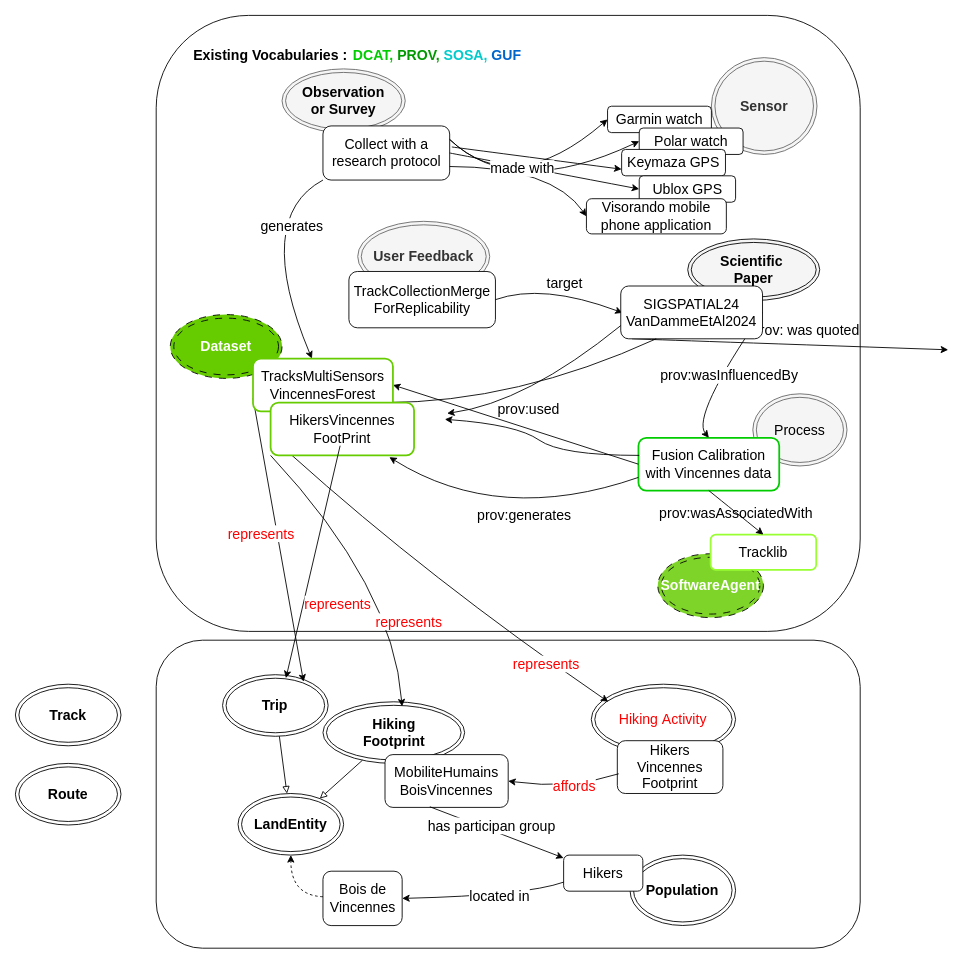
Earlier version of the draw.io diagram page "Schéma 2 article" (3 of 3) of docs/diagrams/model_KG.drawio (IntForOut/outdoorPressure). Source tidied: cells renumbered, new cells numbered last; positions are measured from the earlier drawing's top-left corner, leaving out a move shared by most shapes. Both pictures are drawn from the tidied source at 88%, with x=0, y=0 at pixel (15, 15).
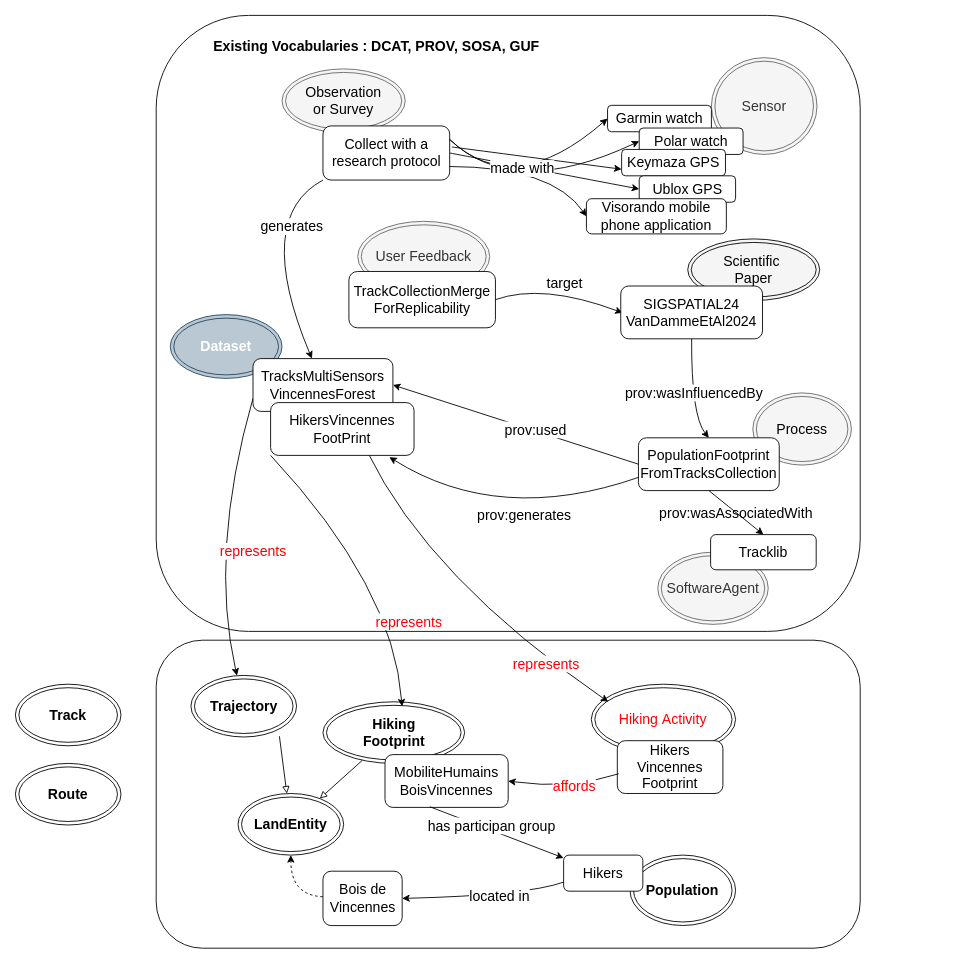
The same diagram, later.

Commit message (it also covers changes not shown here):
Mettre à jour model_KG.drawio

Unchanged cells that the change refers to:
```xml
<mxCell id="14" value="&lt;div&gt;&lt;font style=&quot;color: rgb(255, 0, 0);&quot;&gt;Hiking&amp;nbsp;&lt;/font&gt;&lt;font style=&quot;color: rgb(255, 0, 0);&quot;&gt;Activity&lt;/font&gt;&lt;/div&gt;" style="ellipse;shape=doubleEllipse;whiteSpace=wrap;html=1;fontSize=16;" parent="1" vertex="1">
  <mxGeometry x="654.4" y="760" width="164" height="80" as="geometry" />
</mxCell>
<mxCell id="15" value="&lt;b&gt;LandEntity&lt;/b&gt;" style="ellipse;shape=doubleEllipse;whiteSpace=wrap;html=1;fontSize=16;" parent="1" vertex="1">
  <mxGeometry x="253" y="884.2" width="120" height="70" as="geometry" />
</mxCell>
<mxCell id="36" value="&lt;div&gt;SIGSPATIAL24&lt;/div&gt;&lt;div&gt;VanDammeEtAl2024&lt;/div&gt;" style="rounded=1;whiteSpace=wrap;html=1;strokeColor=#000000;strokeWidth=1;fontSize=16;" parent="1" vertex="1">
  <mxGeometry x="687.9" y="307.5" width="161.1" height="60" as="geometry" />
</mxCell>
<mxCell id="46" style="endArrow=classic;html=1;rounded=0;exitX=0;exitY=0.5;exitDx=0;exitDy=0;entryX=1;entryY=0.5;entryDx=0;entryDy=0;fontSize=16;" parent="1" edge="1" source="12" target="60">
  <mxGeometry relative="1" as="geometry" />
</mxCell>
```

What changed in the source:
```diff
@@
+    <mxCell id="3" style="rounded=1;whiteSpace=wrap;html=1;fillColor=none;" parent="1" vertex="1">
+      <mxGeometry x="160" y="710" width="800" height="350" as="geometry" />
+    </mxCell>
-    <mxCell id="2" style="rounded=1;whiteSpace=wrap;html=1;fillColor=none;" parent="1" vertex="1">
+    <mxCell id="2" style="rounded=1;whiteSpace=wrap;html=1;fillColor=none;strokeColor=#000000;" parent="1" vertex="1">
       <mxGeometry x="160" width="800" height="700" as="geometry" />
     </mxCell>
-    <mxCell id="3" style="rounded=1;whiteSpace=wrap;html=1;fillColor=none;" parent="1" vertex="1">
-      <mxGeometry x="160" y="710" width="800" height="350" as="geometry" />
-    </mxCell>
+    <mxCell id="11" value="SoftwareAgent" style="ellipse;shape=doubleEllipse;whiteSpace=wrap;html=1;fontSize=16;fillColor=#f5f5f5;fontColor=#333333;strokeColor=#666666;" parent="1" vertex="1">
+      <mxGeometry x="730" y="610" width="125.5" height="82" as="geometry" />
+    </mxCell>
-    <mxCell id="4" value="&lt;font&gt;&lt;b&gt;Sensor&lt;/b&gt;&lt;/font&gt;" style="ellipse;shape=doubleEllipse;whiteSpace=wrap;html=1;fontSize=16;fillColor=#f5f5f5;fontColor=#333333;strokeColor=#666666;" parent="1" vertex="1">
+    <mxCell id="4" value="&lt;font&gt;Sensor&lt;/font&gt;" style="ellipse;shape=doubleEllipse;whiteSpace=wrap;html=1;fontSize=16;fillColor=#f5f5f5;fontColor=#333333;strokeColor=#666666;" parent="1" vertex="1">
       <mxGeometry x="790.9" y="48" width="120" height="110" as="geometry" />
     </mxCell>
-    <mxCell id="5" value="&lt;font style=&quot;color: rgb(0, 0, 0);&quot;&gt;&lt;b&gt;Observation&lt;br&gt;or Survey&lt;/b&gt;&lt;/font&gt;" style="ellipse;shape=doubleEllipse;whiteSpace=wrap;html=1;fontSize=16;fillColor=#f5f5f5;strokeColor=#666666;fontColor=#333333;" parent="1" vertex="1">
+    <mxCell id="5" value="&lt;font style=&quot;color: rgb(0, 0, 0);&quot;&gt;Observation&lt;br&gt;or Survey&lt;/font&gt;" style="ellipse;shape=doubleEllipse;whiteSpace=wrap;html=1;fontSize=16;fillColor=#f5f5f5;strokeColor=#666666;fontColor=#333333;" parent="1" vertex="1">
       <mxGeometry x="303" y="60.8" width="140" height="72.5" as="geometry" />
     </mxCell>
@@
-    <mxCell id="7" value="&lt;font&gt;&lt;b&gt;User Feedback&lt;/b&gt;&lt;/font&gt;" style="ellipse;shape=doubleEllipse;whiteSpace=wrap;html=1;fontSize=16;fillColor=#f5f5f5;strokeColor=#666666;fontColor=#333333;" parent="1" vertex="1">
+    <mxCell id="7" value="&lt;font&gt;User Feedback&lt;/font&gt;" style="ellipse;shape=doubleEllipse;whiteSpace=wrap;html=1;fontSize=16;fillColor=#f5f5f5;strokeColor=#666666;fontColor=#333333;" parent="1" vertex="1">
       <mxGeometry x="389" y="234" width="150" height="80" as="geometry" />
     </mxCell>
-    <mxCell id="8" value="&lt;font style=&quot;color: rgb(255, 255, 255);&quot;&gt;&lt;b&gt;Dataset&lt;/b&gt;&lt;/font&gt;" style="ellipse;shape=doubleEllipse;whiteSpace=wrap;html=1;fontSize=16;fillColor=#66CC00;strokeColor=default;dashed=1;dashPattern=8 8;" parent="1" vertex="1">
+    <mxCell id="8" value="&lt;font style=&quot;color: rgb(255, 255, 255);&quot;&gt;&lt;b&gt;Dataset&lt;/b&gt;&lt;/font&gt;" style="ellipse;shape=doubleEllipse;whiteSpace=wrap;html=1;fontSize=16;fillColor=#bac8d3;strokeColor=#23445d;" parent="1" vertex="1">
       <mxGeometry x="176" y="340" width="127" height="72.5" as="geometry" />
     </mxCell>
     <mxCell id="9" value="&lt;span style=&quot;color: rgb(0, 0, 0);&quot;&gt;Process&lt;/span&gt;" style="ellipse;shape=doubleEllipse;whiteSpace=wrap;html=1;fontSize=16;fillColor=#f5f5f5;fontColor=#333333;strokeColor=#666666;" parent="1" vertex="1">
-      <mxGeometry x="838" y="430" width="107" height="82" as="geometry" />
+      <mxGeometry x="838" y="429" width="112" height="82" as="geometry" />
     </mxCell>
-    <mxCell id="10" value="&lt;div&gt;&lt;font style=&quot;color: rgb(0, 0, 0);&quot;&gt;&lt;b&gt;Scientific&amp;nbsp;&lt;/b&gt;&lt;/font&gt;&lt;/div&gt;&lt;div&gt;&lt;font style=&quot;color: rgb(0, 0, 0);&quot;&gt;&lt;b&gt;Paper&lt;/b&gt;&lt;/font&gt;&lt;/div&gt;" style="ellipse;shape=doubleEllipse;whiteSpace=wrap;html=1;fontSize=16;fillColor=#f5f5f5;fontColor=#333333;strokeColor=#000000;" parent="1" vertex="1">
+    <mxCell id="10" value="&lt;div&gt;&lt;font style=&quot;color: rgb(0, 0, 0);&quot;&gt;Scientific&amp;nbsp;&lt;/font&gt;&lt;/div&gt;&lt;div&gt;&lt;font style=&quot;color: rgb(0, 0, 0);&quot;&gt;Paper&lt;/font&gt;&lt;/div&gt;" style="ellipse;shape=doubleEllipse;whiteSpace=wrap;html=1;fontSize=16;fillColor=#f5f5f5;fontColor=#333333;strokeColor=#000000;" parent="1" vertex="1">
       <mxGeometry x="764" y="254" width="150" height="70" as="geometry" />
     </mxCell>
-    <mxCell id="11" value="&lt;b&gt;&lt;span style=&quot;color: rgb(255, 255, 255);&quot;&gt;&lt;font&gt;SoftwareAgent&lt;/font&gt;&lt;/span&gt;&lt;/b&gt;" style="ellipse;shape=doubleEllipse;whiteSpace=wrap;html=1;fontSize=16;fillColor=#7FD42A;dashed=1;dashPattern=8 8;" parent="1" vertex="1">
-      <mxGeometry x="730" y="611.8" width="120" height="72.5" as="geometry" />
-    </mxCell>
-    <mxCell id="12" value="&lt;div&gt;&lt;font&gt;Fusion Calibration&lt;/font&gt;&lt;/div&gt;&lt;div&gt;&lt;font&gt;with Vincennes data&lt;/font&gt;&lt;/div&gt;" style="rounded=1;whiteSpace=wrap;html=1;strokeColor=#00CC00;strokeWidth=2;fontSize=16;" parent="1" vertex="1">
+    <mxCell id="12" value="&lt;div&gt;PopulationFootprint&lt;/div&gt;&lt;div&gt;FromTracksCollection&lt;/div&gt;" style="rounded=1;whiteSpace=wrap;html=1;strokeColor=#000000;strokeWidth=1;fontSize=16;" parent="1" vertex="1">
       <mxGeometry x="708" y="480" width="160" height="60" as="geometry" />
     </mxCell>
-    <mxCell id="13" value="&lt;font&gt;Tracklib&lt;/font&gt;" style="rounded=1;whiteSpace=wrap;html=1;strokeColor=#99FF33;strokeWidth=2;fontSize=16;" parent="1" vertex="1">
+    <mxCell id="13" value="&lt;font&gt;Tracklib&lt;/font&gt;" style="rounded=1;whiteSpace=wrap;html=1;strokeColor=#000000;strokeWidth=1;fontSize=16;" parent="1" vertex="1">
       <mxGeometry x="790" y="590" width="120" height="40" as="geometry" />
     </mxCell>
@@
     <mxCell id="20" value="&lt;font&gt;Garmin watch&lt;/font&gt;" style="rounded=1;whiteSpace=wrap;html=1;fontSize=16;" parent="1" vertex="1">
-      <mxGeometry x="672.9" y="103.2" width="118" height="30" as="geometry" />
+      <mxGeometry x="672.9" y="102.2" width="118" height="30" as="geometry" />
     </mxCell>
@@
-    <mxCell id="26" style="endArrow=classic;html=1;rounded=0;exitX=1;exitY=0.5;exitDx=0;exitDy=0;entryX=0.5;entryY=0;entryDx=0;entryDy=0;curved=1;fontSize=16;" parent="1" edge="1" source="36" target="12">
+    <mxCell id="26" style="endArrow=classic;html=1;rounded=0;exitX=0.5;exitY=1;exitDx=0;exitDy=0;entryX=0.5;entryY=0;entryDx=0;entryDy=0;curved=1;fontSize=16;" parent="1" edge="1" source="36" target="12">
       <mxGeometry relative="1" as="geometry">
         <Array as="points">
           <mxPoint x="768" y="455" />
         </Array>
       </mxGeometry>
     </mxCell>
@@
-    <mxCell id="34" style="endArrow=classic;html=1;rounded=0;exitX=0.08;exitY=1;exitDx=0;exitDy=0;curved=1;exitPerimeter=0;fontSize=16;" parent="1" edge="1" source="36">
-      <mxGeometry relative="1" as="geometry">
-        <mxPoint x="1060" y="380" as="targetPoint" />
-      </mxGeometry>
-    </mxCell>
-    <mxCell id="35" value="&lt;font&gt;prov: was quoted&lt;/font&gt;" style="edgeLabel;html=1;align=center;verticalAlign=middle;fontSize=16;" parent="34" vertex="1">
-      <mxGeometry x="-0.07" y="-1" relative="1" as="geometry">
-        <mxPoint x="30" y="-17" as="offset" />
-      </mxGeometry>
-    </mxCell>
@@
-    <mxCell id="37" style="endArrow=classic;html=1;rounded=0;curved=1;entryX=0.75;entryY=0;entryDx=0;entryDy=0;exitX=0.25;exitY=1;exitDx=0;exitDy=0;fontSize=16;" parent="1" edge="1" source="36" target="64">
-      <mxGeometry relative="1" as="geometry">
-        <Array as="points">
-          <mxPoint x="570" y="440" />
-        </Array>
-      </mxGeometry>
-    </mxCell>
@@
-    <mxCell id="45" style="endArrow=classic;html=1;rounded=0;entryX=0.98;entryY=0.385;entryDx=0;entryDy=0;entryPerimeter=0;fontSize=16;curved=1;" parent="1" edge="1">
-      <mxGeometry relative="1" as="geometry">
-        <mxPoint x="709" y="500" as="sourcePoint" />
-        <mxPoint x="488" y="459" as="targetPoint" />
-        <Array as="points">
-          <mxPoint x="620" y="500" />
-          <mxPoint x="570" y="465" />
-        </Array>
-      </mxGeometry>
-    </mxCell>
@@
     <mxCell id="47" value="&lt;font&gt;prov:used&lt;/font&gt;" style="edgeLabel;html=1;align=center;verticalAlign=middle;fontSize=16;" parent="46" vertex="1">
       <mxGeometry x="0.3" relative="1" as="geometry">
-        <mxPoint x="56" y="-4" as="offset" />
+        <mxPoint x="64" y="19" as="offset" />
       </mxGeometry>
     </mxCell>
@@
-    <mxCell id="54" value="&lt;b&gt;Trip&lt;/b&gt;" style="ellipse;shape=doubleEllipse;whiteSpace=wrap;html=1;fontSize=16;" parent="1" vertex="1">
-      <mxGeometry x="235.4" y="749.2" width="120" height="70" as="geometry" />
-    </mxCell>
-    <mxCell id="55" style="endArrow=block;html=1;rounded=0;endFill=0;fontSize=16;" parent="1" edge="1" source="54" target="15">
-      <mxGeometry relative="1" as="geometry" />
+    <mxCell id="55" style="endArrow=block;html=1;rounded=0;endFill=0;fontSize=16;" parent="1" edge="1" target="15">
+      <mxGeometry relative="1" as="geometry">
+        <mxPoint x="300" y="819.1" as="sourcePoint" />
+      </mxGeometry>
     </mxCell>
-    <mxCell id="56" style="endArrow=classic;html=1;rounded=0;exitX=0;exitY=0.75;exitDx=0;exitDy=0;entryX=0.767;entryY=0.114;entryDx=0;entryDy=0;entryPerimeter=0;fontSize=16;" parent="1" edge="1" source="60" target="54">
-      <mxGeometry relative="1" as="geometry" />
+    <mxCell id="56" style="endArrow=classic;html=1;rounded=0;exitX=0;exitY=0.75;exitDx=0;exitDy=0;fontSize=16;curved=1;" parent="1" edge="1" source="60" target="77">
+      <mxGeometry relative="1" as="geometry">
+        <Array as="points">
+          <mxPoint x="220" y="610" />
+        </Array>
+      </mxGeometry>
     </mxCell>
     <mxCell id="57" value="&lt;font style=&quot;color: rgb(255, 0, 0);&quot;&gt;represents&lt;/font&gt;" style="edgeLabel;html=1;align=center;verticalAlign=middle;fontSize=16;" parent="56" vertex="1">
       <mxGeometry x="0.16" y="1" relative="1" as="geometry">
-        <mxPoint x="-26" y="-33" as="offset" />
+        <mxPoint x="47" y="-8" as="offset" />
       </mxGeometry>
     </mxCell>
-    <mxCell id="58" style="endArrow=classic;html=1;rounded=0;exitX=0.145;exitY=0.99;exitDx=0;exitDy=0;entryX=0.118;entryY=0.25;entryDx=0;entryDy=0;entryPerimeter=0;exitPerimeter=0;fontSize=16;curved=1;" parent="1" edge="1" source="64" target="14">
+    <mxCell id="58" style="endArrow=classic;html=1;rounded=0;exitX=0.675;exitY=0.933;exitDx=0;exitDy=0;entryX=0.118;entryY=0.25;entryDx=0;entryDy=0;entryPerimeter=0;exitPerimeter=0;fontSize=16;curved=1;" parent="1" edge="1" source="64" target="14">
       <mxGeometry relative="1" as="geometry">
         <Array as="points">
           <mxPoint x="470" y="640" />
         </Array>
       </mxGeometry>
     </mxCell>
-    <mxCell id="59" style="endArrow=classic;html=1;rounded=0;exitX=0;exitY=0.75;exitDx=0;exitDy=0;curved=1;entryX=1;entryY=0.25;entryDx=0;entryDy=0;fontSize=16;" parent="1" edge="1" source="36">
-      <mxGeometry relative="1" as="geometry">
-        <mxPoint x="490.6" y="452.2" as="targetPoint" />
-        <Array as="points">
-          <mxPoint x="580" y="440" />
-        </Array>
-      </mxGeometry>
-    </mxCell>
-    <mxCell id="60" value="&lt;div&gt;&lt;font&gt;TracksMultiSensors&lt;/font&gt;&lt;/div&gt;&lt;div&gt;&lt;font&gt;VincennesForest&lt;/font&gt;&lt;/div&gt;" style="rounded=1;whiteSpace=wrap;html=1;strokeColor=#66CC00;strokeWidth=2;fontSize=16;" parent="1" vertex="1">
+    <mxCell id="60" value="&lt;div&gt;&lt;font&gt;TracksMultiSensors&lt;/font&gt;&lt;/div&gt;&lt;div&gt;&lt;font&gt;VincennesForest&lt;/font&gt;&lt;/div&gt;" style="rounded=1;whiteSpace=wrap;html=1;strokeColor=#000000;strokeWidth=1;fontSize=16;" parent="1" vertex="1">
       <mxGeometry x="270" y="390" width="159" height="60" as="geometry" />
     </mxCell>
@@
-    <mxCell id="62" value="&lt;div&gt;&lt;font&gt;&lt;span style=&quot;color: rgb(0, 204, 0);&quot;&gt;&lt;b&gt;DCAT,&amp;nbsp;&lt;/b&gt;&lt;/span&gt;&lt;b&gt;&lt;span style=&quot;color: rgb(0, 153, 0);&quot;&gt;PROV,&amp;nbsp;&lt;/span&gt;&lt;span style=&quot;color: rgb(0, 204, 204);&quot;&gt;SOSA,&amp;nbsp;&lt;/span&gt;&lt;span style=&quot;color: rgb(0, 102, 204);&quot;&gt;GUF&lt;/span&gt;&lt;/b&gt;&lt;/font&gt;&lt;/div&gt;" style="text;html=1;whiteSpace=wrap;strokeColor=none;fillColor=none;align=center;verticalAlign=middle;rounded=0;fontSize=16;" parent="1" vertex="1">
-      <mxGeometry x="357.5" y="20" width="243" height="50" as="geometry" />
-    </mxCell>
-    <mxCell id="63" value="&lt;b&gt;&lt;font&gt;Existing Vocabularies :&lt;/font&gt;&lt;/b&gt;" style="text;html=1;whiteSpace=wrap;strokeColor=none;fillColor=none;align=center;verticalAlign=middle;rounded=0;fontSize=16;" parent="1" vertex="1">
-      <mxGeometry x="199.5" y="30" width="180" height="30" as="geometry" />
+    <mxCell id="63" value="&lt;b&gt;&lt;font&gt;Existing Vocabularies : DCAT, PROV, SOSA, GUF&lt;/font&gt;&lt;/b&gt;" style="text;html=1;whiteSpace=wrap;strokeColor=none;fillColor=none;align=center;verticalAlign=middle;rounded=0;fontSize=16;" parent="1" vertex="1">
+      <mxGeometry x="210" y="20" width="400.5" height="30" as="geometry" />
     </mxCell>
-    <mxCell id="64" value="&lt;div&gt;&lt;font&gt;HikersVincennes&lt;/font&gt;&lt;/div&gt;&lt;div&gt;&lt;font&gt;FootPrint&lt;/font&gt;&lt;/div&gt;" style="rounded=1;whiteSpace=wrap;html=1;strokeColor=#66CC00;strokeWidth=2;fontSize=16;" parent="1" vertex="1">
+    <mxCell id="64" value="&lt;div&gt;&lt;font&gt;HikersVincennes&lt;/font&gt;&lt;/div&gt;&lt;div&gt;&lt;font&gt;FootPrint&lt;/font&gt;&lt;/div&gt;" style="rounded=1;whiteSpace=wrap;html=1;strokeColor=#000000;strokeWidth=1;fontSize=16;" parent="1" vertex="1">
       <mxGeometry x="290" y="440" width="163" height="60" as="geometry" />
     </mxCell>
@@
-    <mxCell id="69" style="endArrow=classic;html=1;rounded=0;exitX=0.057;exitY=0.985;exitDx=0;exitDy=0;entryX=0.6;entryY=0.057;entryDx=0;entryDy=0;exitPerimeter=0;entryPerimeter=0;fontSize=16;" parent="1" edge="1" target="54">
-      <mxGeometry relative="1" as="geometry">
-        <mxPoint x="369" y="489" as="sourcePoint" />
-      </mxGeometry>
-    </mxCell>
-    <mxCell id="70" value="&lt;font style=&quot;color: rgb(255, 0, 0);&quot;&gt;represents&lt;/font&gt;" style="edgeLabel;html=1;align=center;verticalAlign=middle;fontSize=16;" parent="69" vertex="1">
-      <mxGeometry x="0.16" y="1" relative="1" as="geometry">
-        <mxPoint x="31" y="26" as="offset" />
-      </mxGeometry>
-    </mxCell>
@@
+    <mxCell id="77" value="&lt;b&gt;Trajectory&lt;/b&gt;" style="ellipse;shape=doubleEllipse;whiteSpace=wrap;html=1;fontSize=16;" parent="1" vertex="1">
+      <mxGeometry x="199.5" y="750" width="120" height="70" as="geometry" />
+    </mxCell>
```
